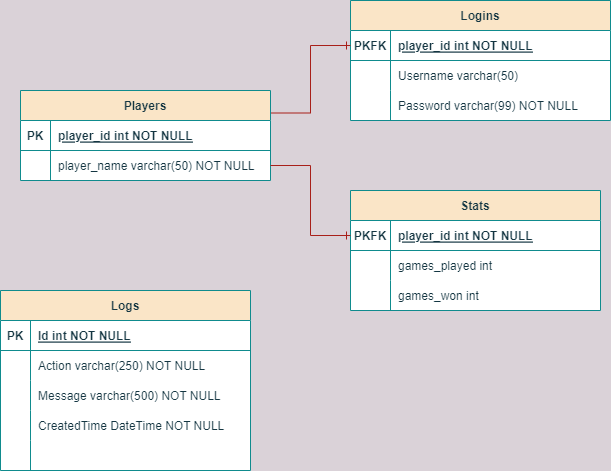
Above: Diagrammer/Database Diagram.drawio.png in Olivervesth/KortKlubben (draw.io), before the change. Source tidied: cells renumbered, new cells last; positions are measured from the earlier drawing's top-left corner, leaving out a move shared by most shapes.
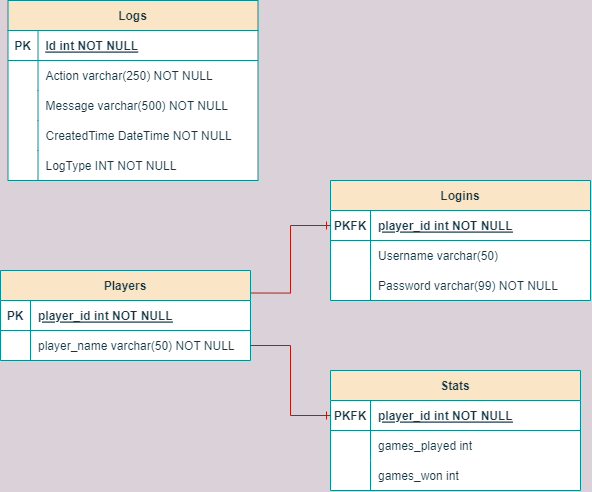
The same diagram one commit later.

Diff of the diagram source:
```diff
@@ -90,7 +90,7 @@
       <mxGeometry relative="1" as="geometry" />
     </mxCell>
     <mxCell id="31" value="Logs" style="shape=table;startSize=30;rowLines=0;fontStyle=1;align=center;rounded=0;shadow=0;sketch=0;labelBackgroundColor=none;labelBorderColor=none;swimlaneFillColor=default;fillColor=#FAE5C7;strokeColor=#0F8B8D;fontColor=#143642;" parent="1" vertex="1">
-      <mxGeometry y="290" width="250" height="180" as="geometry" />
+      <mxGeometry x="27.5" y="-180" width="250" height="180" as="geometry" />
     </mxCell>
     <mxCell id="32" style="shape=partialRectangle;fillColor=none;top=0;left=0;right=0;bottom=1;strokeColor=#0F8B8D;fontColor=#143642;" parent="31" vertex="1">
       <mxGeometry y="30" width="250" height="30" as="geometry" />
@@ -134,7 +134,7 @@
     <mxCell id="45" style="shape=partialRectangle;overflow=hidden;fillColor=none;top=0;left=0;bottom=0;right=0;strokeColor=#0F8B8D;fontColor=#143642;" parent="44" vertex="1">
       <mxGeometry width="30" height="30" as="geometry" />
     </mxCell>
-    <mxCell id="46" style="shape=partialRectangle;overflow=hidden;fillColor=none;top=0;left=0;bottom=0;right=0;align=left;spacingLeft=6;strokeColor=#0F8B8D;fontColor=#143642;" parent="44" vertex="1">
+    <mxCell id="46" value="LogType INT NOT NULL" style="shape=partialRectangle;overflow=hidden;fillColor=none;top=0;left=0;bottom=0;right=0;align=left;spacingLeft=6;strokeColor=#0F8B8D;fontColor=#143642;" parent="44" vertex="1">
       <mxGeometry x="30" width="220" height="30" as="geometry" />
     </mxCell>
   </root>
```
